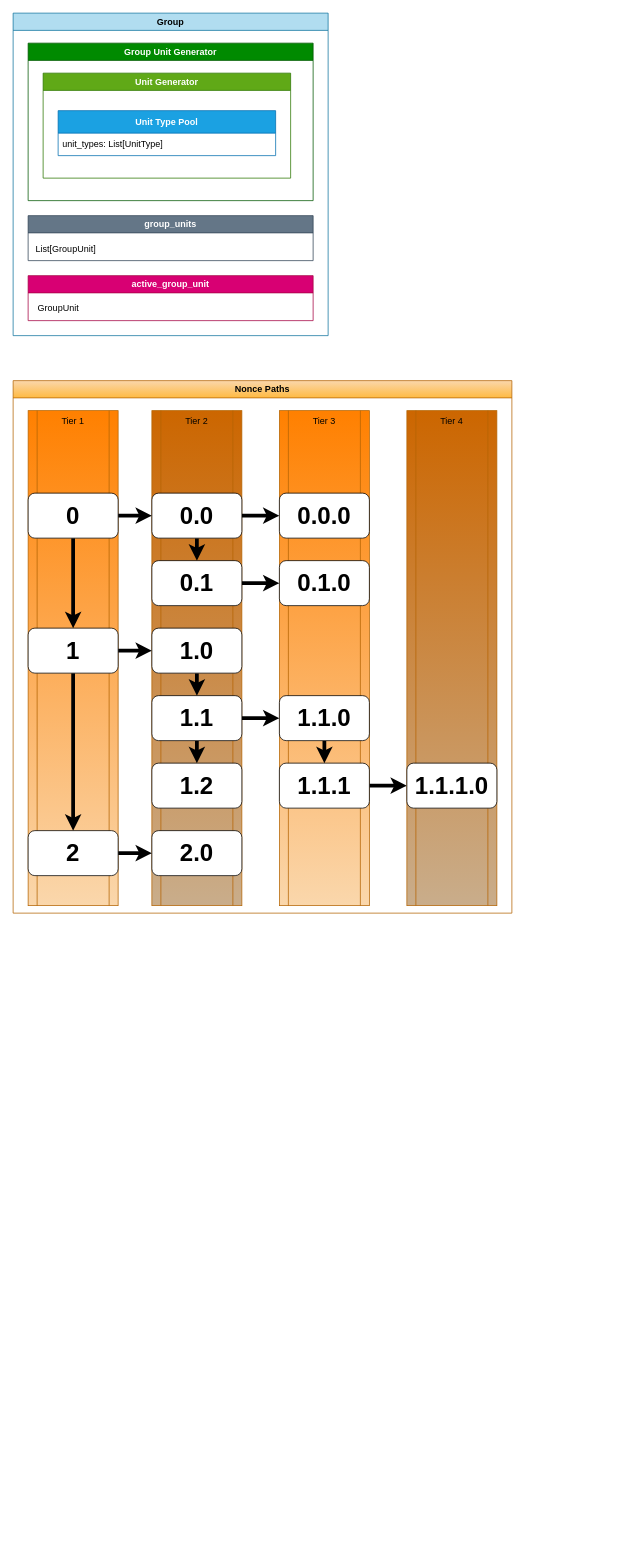
Earlier version of the draw.io diagram group-diagrams.drawio (boyroywax/forme-groups). Source tidied: cells renumbered, new cells numbered last; positions are measured from the earlier drawing's top-left corner, leaving out a move shared by most shapes. Both pictures are drawn from the tidied source at 75%, with x=0, y=0 at pixel (13, 13).
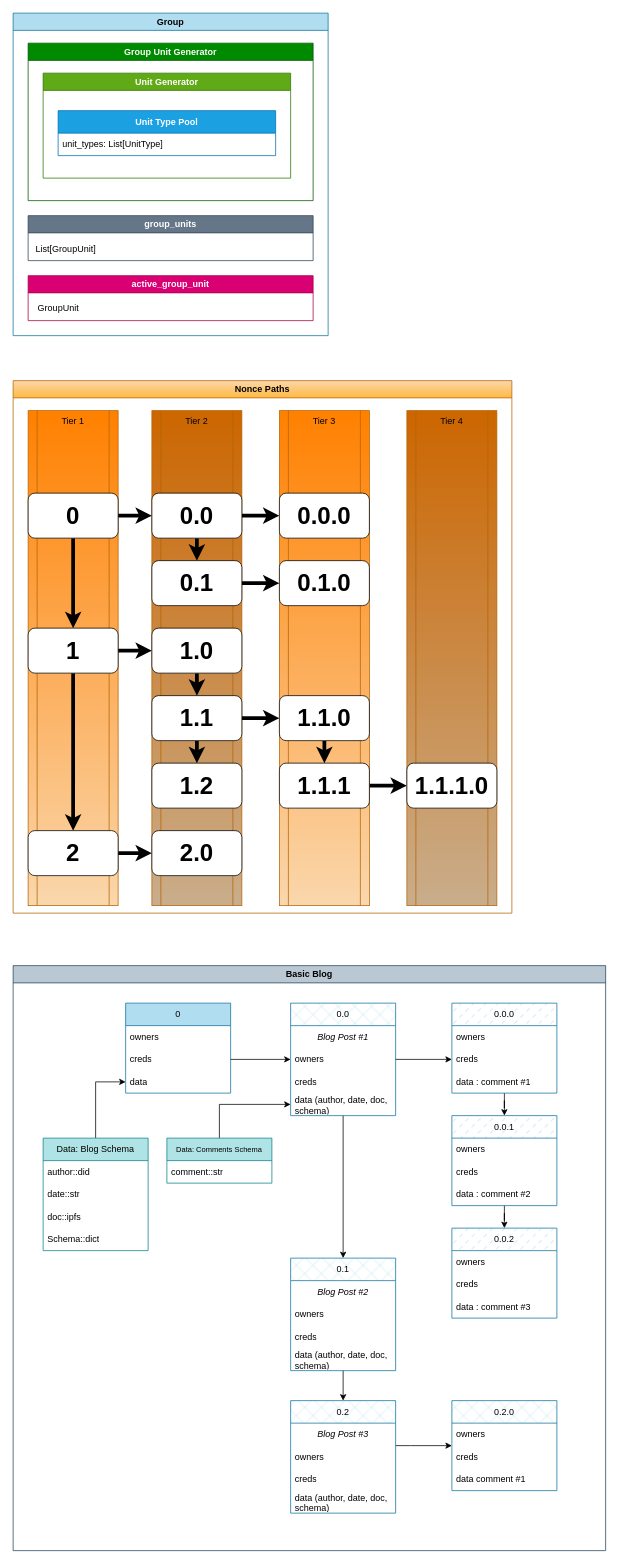
Above is the later version.

Commit message:
diagrams updated for blog example

What changed in the source:
```diff
@@
+    <mxCell id="43" value="Basic Blog" style="swimlane;whiteSpace=wrap;html=1;fillColor=#bac8d3;strokeColor=#23445d;" parent="1" vertex="1">
+      <mxGeometry y="1270" width="790" height="780" as="geometry" />
+    </mxCell>
@@
+    <mxCell id="44" value="0" style="swimlane;fontStyle=0;horizontal=1;startSize=30;whiteSpace=wrap;html=1;fillColor=#b1ddf0;strokeColor=#10739e;" parent="1" vertex="1">
+      <mxGeometry x="150" y="1320" width="140" height="120" as="geometry" />
+    </mxCell>
+    <mxCell id="45" value="owners" style="text;strokeColor=none;fillColor=none;align=left;verticalAlign=middle;spacingLeft=4;spacingRight=4;overflow=hidden;whiteSpace=wrap;html=1;" parent="44" vertex="1">
+      <mxGeometry y="30" width="140" height="30" as="geometry" />
+    </mxCell>
+    <mxCell id="46" value="creds" style="text;strokeColor=none;fillColor=none;align=left;verticalAlign=middle;spacingLeft=4;spacingRight=4;overflow=hidden;points=[[0,0.5],[1,0.5]];portConstraint=eastwest;whiteSpace=wrap;html=1;" parent="44" vertex="1">
+      <mxGeometry y="60" width="140" height="30" as="geometry" />
+    </mxCell>
+    <mxCell id="47" value="data" style="text;strokeColor=none;fillColor=none;align=left;verticalAlign=middle;spacingLeft=4;spacingRight=4;overflow=hidden;points=[[0,0.5],[1,0.5]];portConstraint=eastwest;whiteSpace=wrap;html=1;" parent="44" vertex="1">
+      <mxGeometry y="90" width="140" height="30" as="geometry" />
+    </mxCell>
+    <mxCell id="48" style="edgeStyle=orthogonalEdgeStyle;rounded=0;jettySize=auto;html=1;entryX=0.5;entryY=0;entryDx=0;entryDy=0;" parent="1" edge="1" source="49" target="61">
+      <mxGeometry relative="1" as="geometry" />
+    </mxCell>
+    <mxCell id="49" value="0.0" style="swimlane;fontStyle=0;horizontal=1;startSize=30;whiteSpace=wrap;html=1;fillColor=#b1ddf0;strokeColor=#10739e;fillStyle=cross-hatch;" parent="1" vertex="1">
+      <mxGeometry x="370" y="1320" width="140" height="150" as="geometry" />
+    </mxCell>
+    <mxCell id="50" value="&lt;i&gt;&lt;font style=&quot;font-size: 12px;&quot;&gt;Blog Post #1&lt;/font&gt;&lt;/i&gt;" style="text;strokeColor=none;fillColor=none;align=center;verticalAlign=middle;spacingLeft=4;spacingRight=4;overflow=hidden;whiteSpace=wrap;html=1;" parent="49" vertex="1">
+      <mxGeometry y="30" width="140" height="30" as="geometry" />
+    </mxCell>
+    <mxCell id="51" value="owners" style="text;strokeColor=none;fillColor=none;align=left;verticalAlign=middle;spacingLeft=4;spacingRight=4;overflow=hidden;points=[[0,0.5],[1,0.5]];portConstraint=eastwest;whiteSpace=wrap;html=1;" parent="49" vertex="1">
+      <mxGeometry y="60" width="140" height="30" as="geometry" />
+    </mxCell>
+    <mxCell id="52" value="creds" style="text;strokeColor=none;fillColor=none;align=left;verticalAlign=middle;spacingLeft=4;spacingRight=4;overflow=hidden;whiteSpace=wrap;html=1;" parent="49" vertex="1">
+      <mxGeometry y="90" width="140" height="30" as="geometry" />
+    </mxCell>
+    <mxCell id="53" value="data (author, date, doc, schema)" style="text;strokeColor=none;fillColor=none;align=left;verticalAlign=middle;spacingLeft=4;spacingRight=4;overflow=hidden;points=[[0,0.5],[1,0.5]];portConstraint=eastwest;whiteSpace=wrap;html=1;" parent="49" vertex="1">
+      <mxGeometry y="120" width="140" height="30" as="geometry" />
+    </mxCell>
+    <mxCell id="54" style="edgeStyle=orthogonalEdgeStyle;rounded=0;jettySize=auto;html=1;" parent="1" edge="1" source="55" target="47">
+      <mxGeometry relative="1" as="geometry" />
+    </mxCell>
+    <mxCell id="55" value="Data: Blog Schema" style="swimlane;fontStyle=0;horizontal=1;startSize=30;whiteSpace=wrap;html=1;fillColor=#b0e3e6;strokeColor=#0e8088;" parent="1" vertex="1">
+      <mxGeometry x="40" y="1500" width="140" height="150" as="geometry" />
+    </mxCell>
+    <mxCell id="56" value="author::did" style="text;strokeColor=none;fillColor=none;align=left;verticalAlign=middle;spacingLeft=4;spacingRight=4;overflow=hidden;whiteSpace=wrap;html=1;" parent="55" vertex="1">
+      <mxGeometry y="30" width="140" height="30" as="geometry" />
+    </mxCell>
+    <mxCell id="57" value="date::str" style="text;strokeColor=none;fillColor=none;align=left;verticalAlign=middle;spacingLeft=4;spacingRight=4;overflow=hidden;whiteSpace=wrap;html=1;" parent="55" vertex="1">
+      <mxGeometry y="60" width="140" height="30" as="geometry" />
+    </mxCell>
+    <mxCell id="58" value="doc::ipfs" style="text;strokeColor=none;fillColor=none;align=left;verticalAlign=middle;spacingLeft=4;spacingRight=4;overflow=hidden;whiteSpace=wrap;html=1;" parent="55" vertex="1">
+      <mxGeometry y="90" width="140" height="30" as="geometry" />
+    </mxCell>
+    <mxCell id="59" value="Schema::dict" style="text;strokeColor=none;fillColor=none;align=left;verticalAlign=middle;spacingLeft=4;spacingRight=4;overflow=hidden;whiteSpace=wrap;html=1;" parent="55" vertex="1">
+      <mxGeometry y="120" width="140" height="30" as="geometry" />
+    </mxCell>
+    <mxCell id="60" style="edgeStyle=orthogonalEdgeStyle;rounded=0;jettySize=auto;html=1;entryX=0.5;entryY=0;entryDx=0;entryDy=0;" parent="1" edge="1" source="61" target="67">
+      <mxGeometry relative="1" as="geometry" />
+    </mxCell>
+    <mxCell id="61" value="0.1" style="swimlane;fontStyle=0;horizontal=1;startSize=30;whiteSpace=wrap;html=1;fillColor=#b1ddf0;strokeColor=#10739e;fillStyle=cross-hatch;" parent="1" vertex="1">
+      <mxGeometry x="370" y="1660" width="140" height="150" as="geometry" />
+    </mxCell>
+    <mxCell id="62" value="&lt;i&gt;&lt;font style=&quot;font-size: 12px;&quot;&gt;Blog Post #2&lt;/font&gt;&lt;/i&gt;" style="text;strokeColor=none;fillColor=none;align=center;verticalAlign=middle;spacingLeft=4;spacingRight=4;overflow=hidden;whiteSpace=wrap;html=1;" parent="61" vertex="1">
+      <mxGeometry y="30" width="140" height="30" as="geometry" />
+    </mxCell>
+    <mxCell id="63" value="owners" style="text;strokeColor=none;fillColor=none;align=left;verticalAlign=middle;spacingLeft=4;spacingRight=4;overflow=hidden;whiteSpace=wrap;html=1;" parent="61" vertex="1">
+      <mxGeometry y="60" width="140" height="30" as="geometry" />
+    </mxCell>
+    <mxCell id="64" value="creds" style="text;strokeColor=none;fillColor=none;align=left;verticalAlign=middle;spacingLeft=4;spacingRight=4;overflow=hidden;whiteSpace=wrap;html=1;" parent="61" vertex="1">
+      <mxGeometry y="90" width="140" height="30" as="geometry" />
+    </mxCell>
+    <mxCell id="65" value="data (author, date, doc, schema)" style="text;strokeColor=none;fillColor=none;align=left;verticalAlign=middle;spacingLeft=4;spacingRight=4;overflow=hidden;whiteSpace=wrap;html=1;" parent="61" vertex="1">
+      <mxGeometry y="120" width="140" height="30" as="geometry" />
+    </mxCell>
+    <mxCell id="66" style="edgeStyle=orthogonalEdgeStyle;rounded=0;jettySize=auto;html=1;" parent="1" edge="1" source="67" target="91">
+      <mxGeometry relative="1" as="geometry">
+        <Array as="points">
+          <mxPoint x="530" y="1910" />
+          <mxPoint x="530" y="1910" />
+        </Array>
+      </mxGeometry>
+    </mxCell>
+    <mxCell id="67" value="0.2" style="swimlane;fontStyle=0;horizontal=1;startSize=30;whiteSpace=wrap;html=1;fillColor=#b1ddf0;strokeColor=#10739e;fillStyle=cross-hatch;" parent="1" vertex="1">
+      <mxGeometry x="370" y="1850" width="140" height="150" as="geometry" />
+    </mxCell>
+    <mxCell id="68" value="&lt;i&gt;&lt;font style=&quot;font-size: 12px;&quot;&gt;Blog Post #3&lt;/font&gt;&lt;/i&gt;" style="text;strokeColor=none;fillColor=none;align=center;verticalAlign=middle;spacingLeft=4;spacingRight=4;overflow=hidden;whiteSpace=wrap;html=1;" parent="67" vertex="1">
+      <mxGeometry y="30" width="140" height="30" as="geometry" />
+    </mxCell>
+    <mxCell id="69" value="owners" style="text;strokeColor=none;fillColor=none;align=left;verticalAlign=middle;spacingLeft=4;spacingRight=4;overflow=hidden;whiteSpace=wrap;html=1;" parent="67" vertex="1">
+      <mxGeometry y="60" width="140" height="30" as="geometry" />
+    </mxCell>
+    <mxCell id="70" value="creds" style="text;strokeColor=none;fillColor=none;align=left;verticalAlign=middle;spacingLeft=4;spacingRight=4;overflow=hidden;whiteSpace=wrap;html=1;" parent="67" vertex="1">
+      <mxGeometry y="90" width="140" height="30" as="geometry" />
+    </mxCell>
+    <mxCell id="71" value="data (author, date, doc, schema)" style="text;strokeColor=none;fillColor=none;align=left;verticalAlign=middle;spacingLeft=4;spacingRight=4;overflow=hidden;whiteSpace=wrap;html=1;" parent="67" vertex="1">
+      <mxGeometry y="120" width="140" height="30" as="geometry" />
+    </mxCell>
+    <mxCell id="72" style="edgeStyle=orthogonalEdgeStyle;rounded=0;jettySize=auto;html=1;" parent="1" edge="1" source="73" target="81">
+      <mxGeometry relative="1" as="geometry" />
+    </mxCell>
+    <mxCell id="73" value="0.0.0" style="swimlane;fontStyle=0;horizontal=1;startSize=30;whiteSpace=wrap;html=1;fillColor=#b1ddf0;strokeColor=#10739e;fillStyle=dashed;" parent="1" vertex="1">
+      <mxGeometry x="585" y="1320" width="140" height="120" as="geometry" />
+    </mxCell>
+    <mxCell id="74" value="owners" style="text;strokeColor=none;fillColor=none;align=left;verticalAlign=middle;spacingLeft=4;spacingRight=4;overflow=hidden;whiteSpace=wrap;html=1;" parent="73" vertex="1">
+      <mxGeometry y="30" width="140" height="30" as="geometry" />
+    </mxCell>
+    <mxCell id="75" value="creds" style="text;strokeColor=none;fillColor=none;align=left;verticalAlign=middle;spacingLeft=4;spacingRight=4;overflow=hidden;points=[[0,0.5],[1,0.5]];portConstraint=eastwest;whiteSpace=wrap;html=1;" parent="73" vertex="1">
+      <mxGeometry y="60" width="140" height="30" as="geometry" />
+    </mxCell>
+    <mxCell id="76" value="data : comment #1" style="text;strokeColor=none;fillColor=none;align=left;verticalAlign=middle;spacingLeft=4;spacingRight=4;overflow=hidden;whiteSpace=wrap;html=1;" parent="73" vertex="1">
+      <mxGeometry y="90" width="140" height="30" as="geometry" />
+    </mxCell>
+    <mxCell id="77" style="edgeStyle=orthogonalEdgeStyle;rounded=0;jettySize=auto;html=1;entryX=0;entryY=0.5;entryDx=0;entryDy=0;" parent="1" edge="1" source="78" target="53">
+      <mxGeometry relative="1" as="geometry" />
+    </mxCell>
+    <mxCell id="78" value="&lt;font style=&quot;font-size: 10px;&quot;&gt;Data: Comments Schema&lt;/font&gt;" style="swimlane;fontStyle=0;horizontal=1;startSize=30;whiteSpace=wrap;html=1;fillColor=#b0e3e6;strokeColor=#0e8088;" parent="1" vertex="1">
+      <mxGeometry x="205" y="1500" width="140" height="60" as="geometry" />
+    </mxCell>
+    <mxCell id="79" value="comment::str" style="text;strokeColor=none;fillColor=none;align=left;verticalAlign=middle;spacingLeft=4;spacingRight=4;overflow=hidden;whiteSpace=wrap;html=1;" parent="78" vertex="1">
+      <mxGeometry y="30" width="140" height="30" as="geometry" />
+    </mxCell>
+    <mxCell id="80" style="edgeStyle=orthogonalEdgeStyle;rounded=0;jettySize=auto;html=1;" parent="1" edge="1" source="81" target="85">
+      <mxGeometry relative="1" as="geometry" />
+    </mxCell>
+    <mxCell id="81" value="0.0.1" style="swimlane;fontStyle=0;horizontal=1;startSize=30;whiteSpace=wrap;html=1;fillColor=#b1ddf0;strokeColor=#10739e;fillStyle=dashed;" parent="1" vertex="1">
+      <mxGeometry x="585" y="1470" width="140" height="120" as="geometry" />
+    </mxCell>
+    <mxCell id="82" value="owners" style="text;strokeColor=none;fillColor=none;align=left;verticalAlign=middle;spacingLeft=4;spacingRight=4;overflow=hidden;whiteSpace=wrap;html=1;" parent="81" vertex="1">
+      <mxGeometry y="30" width="140" height="30" as="geometry" />
+    </mxCell>
+    <mxCell id="83" value="creds" style="text;strokeColor=none;fillColor=none;align=left;verticalAlign=middle;spacingLeft=4;spacingRight=4;overflow=hidden;whiteSpace=wrap;html=1;" parent="81" vertex="1">
+      <mxGeometry y="60" width="140" height="30" as="geometry" />
+    </mxCell>
+    <mxCell id="84" value="data : comment #2" style="text;strokeColor=none;fillColor=none;align=left;verticalAlign=middle;spacingLeft=4;spacingRight=4;overflow=hidden;whiteSpace=wrap;html=1;" parent="81" vertex="1">
+      <mxGeometry y="90" width="140" height="30" as="geometry" />
+    </mxCell>
+    <mxCell id="85" value="0.0.2" style="swimlane;fontStyle=0;horizontal=1;startSize=30;whiteSpace=wrap;html=1;fillColor=#b1ddf0;strokeColor=#10739e;fillStyle=dashed;" parent="1" vertex="1">
+      <mxGeometry x="585" y="1620" width="140" height="120" as="geometry" />
+    </mxCell>
+    <mxCell id="86" value="owners" style="text;strokeColor=none;fillColor=none;align=left;verticalAlign=middle;spacingLeft=4;spacingRight=4;overflow=hidden;whiteSpace=wrap;html=1;" parent="85" vertex="1">
+      <mxGeometry y="30" width="140" height="30" as="geometry" />
+    </mxCell>
+    <mxCell id="87" value="creds" style="text;strokeColor=none;fillColor=none;align=left;verticalAlign=middle;spacingLeft=4;spacingRight=4;overflow=hidden;whiteSpace=wrap;html=1;" parent="85" vertex="1">
+      <mxGeometry y="60" width="140" height="30" as="geometry" />
+    </mxCell>
+    <mxCell id="88" value="data : comment #3" style="text;strokeColor=none;fillColor=none;align=left;verticalAlign=middle;spacingLeft=4;spacingRight=4;overflow=hidden;whiteSpace=wrap;html=1;" parent="85" vertex="1">
+      <mxGeometry y="90" width="140" height="30" as="geometry" />
+    </mxCell>
+    <mxCell id="89" style="edgeStyle=orthogonalEdgeStyle;rounded=0;jettySize=auto;html=1;entryX=0;entryY=0.5;entryDx=0;entryDy=0;" parent="1" edge="1" source="46" target="51">
+      <mxGeometry relative="1" as="geometry" />
+    </mxCell>
+    <mxCell id="90" style="edgeStyle=orthogonalEdgeStyle;rounded=0;jettySize=auto;html=1;entryX=0;entryY=0.5;entryDx=0;entryDy=0;" parent="1" edge="1" source="51" target="75">
+      <mxGeometry relative="1" as="geometry" />
+    </mxCell>
+    <mxCell id="91" value="0.2.0" style="swimlane;fontStyle=0;horizontal=1;startSize=30;whiteSpace=wrap;html=1;fillColor=#b1ddf0;strokeColor=#10739e;fillStyle=cross-hatch;" parent="1" vertex="1">
+      <mxGeometry x="585" y="1850" width="140" height="120" as="geometry" />
+    </mxCell>
+    <mxCell id="92" value="owners" style="text;strokeColor=none;fillColor=none;align=left;verticalAlign=middle;spacingLeft=4;spacingRight=4;overflow=hidden;whiteSpace=wrap;html=1;" parent="91" vertex="1">
+      <mxGeometry y="30" width="140" height="30" as="geometry" />
+    </mxCell>
+    <mxCell id="93" value="creds" style="text;strokeColor=none;fillColor=none;align=left;verticalAlign=middle;spacingLeft=4;spacingRight=4;overflow=hidden;whiteSpace=wrap;html=1;" parent="91" vertex="1">
+      <mxGeometry y="60" width="140" height="30" as="geometry" />
+    </mxCell>
+    <mxCell id="94" value="data comment #1" style="text;strokeColor=none;fillColor=none;align=left;verticalAlign=middle;spacingLeft=4;spacingRight=4;overflow=hidden;whiteSpace=wrap;html=1;" parent="91" vertex="1">
+      <mxGeometry y="90" width="140" height="30" as="geometry" />
+    </mxCell>
```
